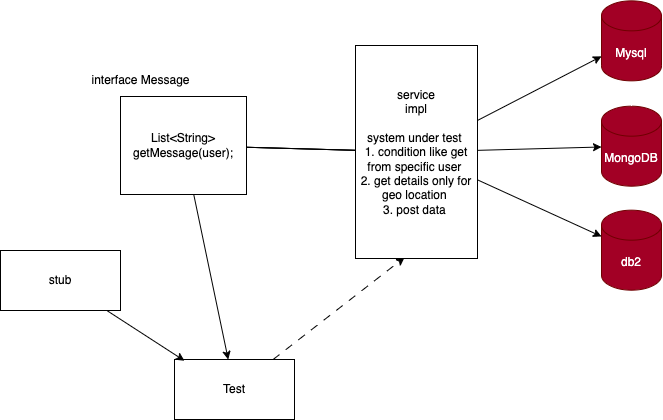
Earlier version of the draw.io export images/day2.drawio.png (adithnaveen/ibm-api-testing-jun-2023). Source tidied: cells renumbered, new cells last; positions are measured from the earlier drawing's top-left corner, leaving out a move shared by most shapes. Its diagram source:
```xml
<mxGraphModel>
  <root>
    <mxCell id="0" />
    <mxCell id="1" parent="0" />
    <mxCell id="2" style="edgeStyle=none;html=1;startArrow=none;" parent="1" edge="1" source="16" target="8">
      <mxGeometry relative="1" as="geometry" />
    </mxCell>
    <mxCell id="3" style="edgeStyle=none;html=1;startArrow=none;" parent="1" edge="1" source="16" target="9">
      <mxGeometry relative="1" as="geometry" />
    </mxCell>
    <mxCell id="4" style="edgeStyle=none;html=1;startArrow=none;" parent="1" edge="1" source="16" target="10">
      <mxGeometry relative="1" as="geometry" />
    </mxCell>
    <mxCell id="5" style="edgeStyle=none;html=1;" parent="1" edge="1" source="6" target="12">
      <mxGeometry relative="1" as="geometry" />
    </mxCell>
    <mxCell id="6" value="List&amp;lt;String&amp;gt; getMessage(user);" style="rounded=0;whiteSpace=wrap;html=1;" parent="1" vertex="1">
      <mxGeometry x="120" y="96" width="126" height="98" as="geometry" />
    </mxCell>
    <mxCell id="7" value="interface Message" style="text;html=1;align=center;verticalAlign=middle;strokeColor=none;fillColor=none;" parent="1" vertex="1">
      <mxGeometry x="82" y="67" width="116" height="26" as="geometry" />
    </mxCell>
    <mxCell id="8" value="Mysql" style="shape=cylinder3;whiteSpace=wrap;html=1;boundedLbl=1;backgroundOutline=1;size=15;fillColor=#a20025;fontColor=#ffffff;strokeColor=#6F0000;" parent="1" vertex="1">
      <mxGeometry x="601" y="0.3" width="60" height="80" as="geometry" />
    </mxCell>
    <mxCell id="9" value="MongoDB" style="shape=cylinder3;whiteSpace=wrap;html=1;boundedLbl=1;backgroundOutline=1;size=15;fillColor=#a20025;fontColor=#ffffff;strokeColor=#6F0000;" parent="1" vertex="1">
      <mxGeometry x="601" y="105.7" width="60" height="80" as="geometry" />
    </mxCell>
    <mxCell id="10" value="db2" style="shape=cylinder3;whiteSpace=wrap;html=1;boundedLbl=1;backgroundOutline=1;size=15;fillColor=#a20025;fontColor=#ffffff;strokeColor=#6F0000;" parent="1" vertex="1">
      <mxGeometry x="601" y="209.7" width="60" height="80" as="geometry" />
    </mxCell>
    <mxCell id="11" style="edgeStyle=none;html=1;entryX=0.402;entryY=0.995;entryDx=0;entryDy=0;entryPerimeter=0;dashed=1;dashPattern=8 8;" parent="1" edge="1" source="12" target="16">
      <mxGeometry relative="1" as="geometry" />
    </mxCell>
    <mxCell id="12" value="Test" style="rounded=0;whiteSpace=wrap;html=1;" parent="1" vertex="1">
      <mxGeometry x="174" y="359" width="120" height="60" as="geometry" />
    </mxCell>
    <mxCell id="13" style="edgeStyle=none;html=1;endArrow=none;" parent="1" edge="1" source="6" target="16">
      <mxGeometry relative="1" as="geometry" />
    </mxCell>
    <mxCell id="14" style="edgeStyle=none;html=1;endArrow=none;" parent="1" edge="1" source="6" target="16">
      <mxGeometry relative="1" as="geometry" />
    </mxCell>
    <mxCell id="15" style="edgeStyle=none;html=1;endArrow=none;" parent="1" edge="1" source="6" target="16">
      <mxGeometry relative="1" as="geometry" />
    </mxCell>
    <mxCell id="16" value="service&lt;br&gt;impl&lt;br&gt;&lt;br&gt;system under test&amp;nbsp;&lt;br&gt;1. condition like get from specific user&amp;nbsp;&lt;br&gt;2. get details only for geo location&amp;nbsp;&lt;br&gt;3. post data&amp;nbsp;" style="rounded=0;whiteSpace=wrap;html=1;" parent="1" vertex="1">
      <mxGeometry x="355" y="45" width="122" height="213" as="geometry" />
    </mxCell>
    <mxCell id="17" style="edgeStyle=none;html=1;entryX=0.083;entryY=0.021;entryDx=0;entryDy=0;entryPerimeter=0;" parent="1" edge="1" source="18" target="12">
      <mxGeometry relative="1" as="geometry" />
    </mxCell>
    <mxCell id="18" value="stub" style="rounded=0;whiteSpace=wrap;html=1;" parent="1" vertex="1">
      <mxGeometry y="250" width="120" height="60" as="geometry" />
    </mxCell>
  </root>
</mxGraphModel>
```
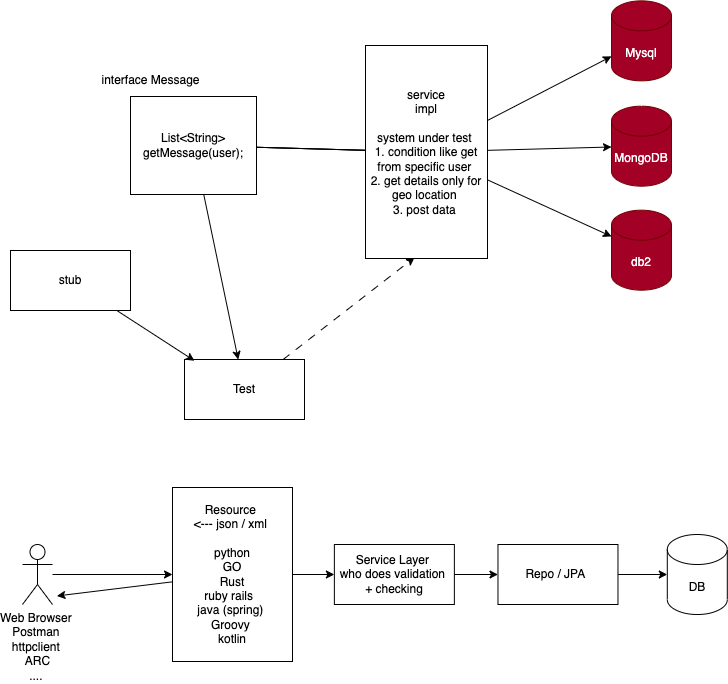
Later version of the same file.

Change to the diagram source:
```diff
@@ -53,5 +53,37 @@
     <mxCell id="18" value="stub" style="rounded=0;whiteSpace=wrap;html=1;" parent="1" vertex="1">
       <mxGeometry y="250" width="120" height="60" as="geometry" />
     </mxCell>
+    <mxCell id="19" style="edgeStyle=none;html=1;" parent="1" edge="1" source="20" target="23">
+      <mxGeometry relative="1" as="geometry" />
+    </mxCell>
+    <mxCell id="20" value="Web Browser&amp;nbsp;&lt;br&gt;Postman&amp;nbsp;&lt;br&gt;httpclient&amp;nbsp;&lt;br&gt;ARC&lt;br&gt;....&amp;nbsp;" style="shape=umlActor;verticalLabelPosition=bottom;verticalAlign=top;html=1;outlineConnect=0;" parent="1" vertex="1">
+      <mxGeometry x="12" y="544" width="30" height="60" as="geometry" />
+    </mxCell>
+    <mxCell id="21" style="edgeStyle=none;html=1;" parent="1" edge="1" source="23" target="25">
+      <mxGeometry relative="1" as="geometry" />
+    </mxCell>
+    <mxCell id="22" style="edgeStyle=none;html=1;" parent="1" edge="1" source="23">
+      <mxGeometry relative="1" as="geometry">
+        <mxPoint x="46.4" y="595.5" as="targetPoint" />
+      </mxGeometry>
+    </mxCell>
+    <mxCell id="23" value="Resource&amp;nbsp;&lt;br&gt;&amp;lt;--- json / xml&amp;nbsp;&lt;br&gt;&lt;br&gt;python&lt;br&gt;GO&lt;br&gt;Rust&lt;br&gt;ruby rails&amp;nbsp;&amp;nbsp;&lt;br&gt;java (spring)&amp;nbsp;&lt;br&gt;Groovy&amp;nbsp;&lt;br&gt;kotlin" style="rounded=0;whiteSpace=wrap;html=1;" parent="1" vertex="1">
+      <mxGeometry x="162" y="487" width="120" height="174" as="geometry" />
+    </mxCell>
+    <mxCell id="24" style="edgeStyle=none;html=1;" parent="1" edge="1" source="25" target="27">
+      <mxGeometry relative="1" as="geometry" />
+    </mxCell>
+    <mxCell id="25" value="Service Layer&amp;nbsp;&lt;br&gt;who does validation&amp;nbsp;&lt;br&gt;+ checking" style="rounded=0;whiteSpace=wrap;html=1;" parent="1" vertex="1">
+      <mxGeometry x="323.9" y="544" width="120" height="60" as="geometry" />
+    </mxCell>
+    <mxCell id="26" style="edgeStyle=none;html=1;" parent="1" edge="1" source="27" target="28">
+      <mxGeometry relative="1" as="geometry" />
+    </mxCell>
+    <mxCell id="27" value="Repo / JPA&amp;nbsp;" style="rounded=0;whiteSpace=wrap;html=1;" parent="1" vertex="1">
+      <mxGeometry x="487.5" y="544" width="120" height="60" as="geometry" />
+    </mxCell>
+    <mxCell id="28" value="DB" style="shape=cylinder3;whiteSpace=wrap;html=1;boundedLbl=1;backgroundOutline=1;size=15;" parent="1" vertex="1">
+      <mxGeometry x="656.8" y="534" width="60" height="80" as="geometry" />
+    </mxCell>
   </root>
 </mxGraphModel>
```
